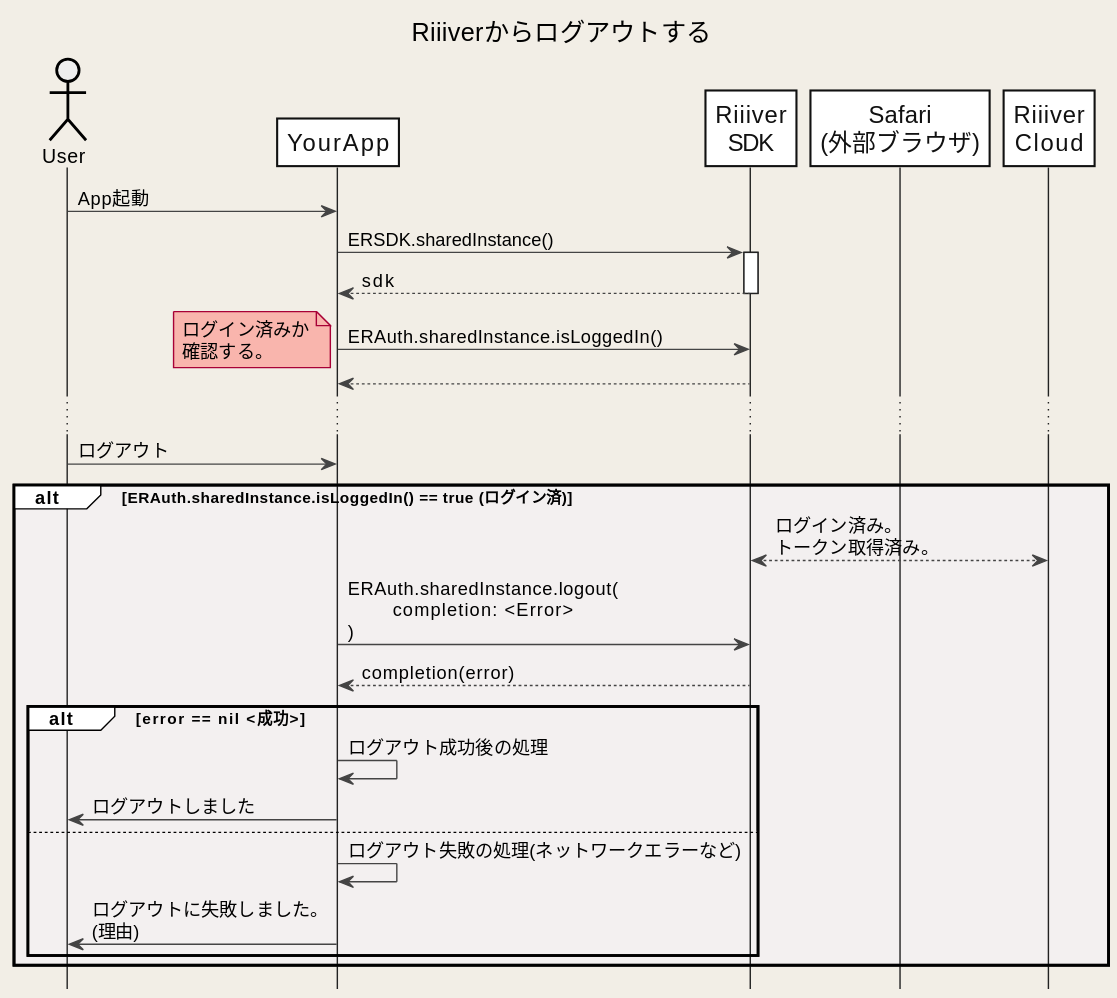
Above: images/ja/Sequences/logout.svg in CitizenWatch/RiiiverResources (PlantUML), before the change. Source of this version:
```plantuml
@startuml
title Riiiverからログアウトする
hide footbox

skinparam DefaultFontName "Noto Sans JP, Helvetica, Arial, Liberation Sans"
skinparam BackgroundColor #F2EEE6
skinparam Shadowing false
skinparam NoteBackgroundColor #F9B5AD
skinparam NodeBorderColor #F26767

skinparam sequence {
ArrowColor #444444
ActorBorderColor Black
LifeLineBorderColor #222222
LifeLineBackgroundColor White
BoxBorderColor #FFFFFF
BoxBackgroundColor #F2fEf6
GroupBackgroundColor #FFFFFF
GroupBodyBackgroundColor #F3F0F0

ParticipantBorderColor #111111
ParticipantBackgroundColor White
ParticipantFontSize 17
ParticipantFontColor #111111
BoundaryBorderColor Gray
ActorBackgroundColor #eeeeee
ActorFontColor Black

}

actor User
participant YourApp as App
participant "Riiiver\nSDK" as ERSDK
participant "Safari\n(外部ブラウザ)" as Safari
participant "Riiiver\nCloud" as Riiiver

User -> App: App起動

App -> ERSDK: ERSDK.sharedInstance()
activate ERSDK
App <-- ERSDK: sdk
deactivate ERSDK

App -> ERSDK: ERAuth.sharedInstance.isLoggedIn()
note left: ログイン済みか\n確認する。
ERSDK --> App:
...
User -> App: ログアウト
alt ERAuth.sharedInstance.isLoggedIn() == true (ログイン済)
    ERSDK <---> Riiiver: ログイン済み。\nトークン取得済み。
    App -> ERSDK: ERAuth.sharedInstance.logout(\n\tcompletion: <Error>\n)
    ERSDK --> App: completion(error)
    alt error == nil <成功>
        App -> App: ログアウト成功後の処理
        App -> User: ログアウトしました
    else
        App -> App: ログアウト失敗の処理(ネットワークエラーなど)
        App -> User: ログアウトに失敗しました。\n(理由)
    end
end





@enduml
```
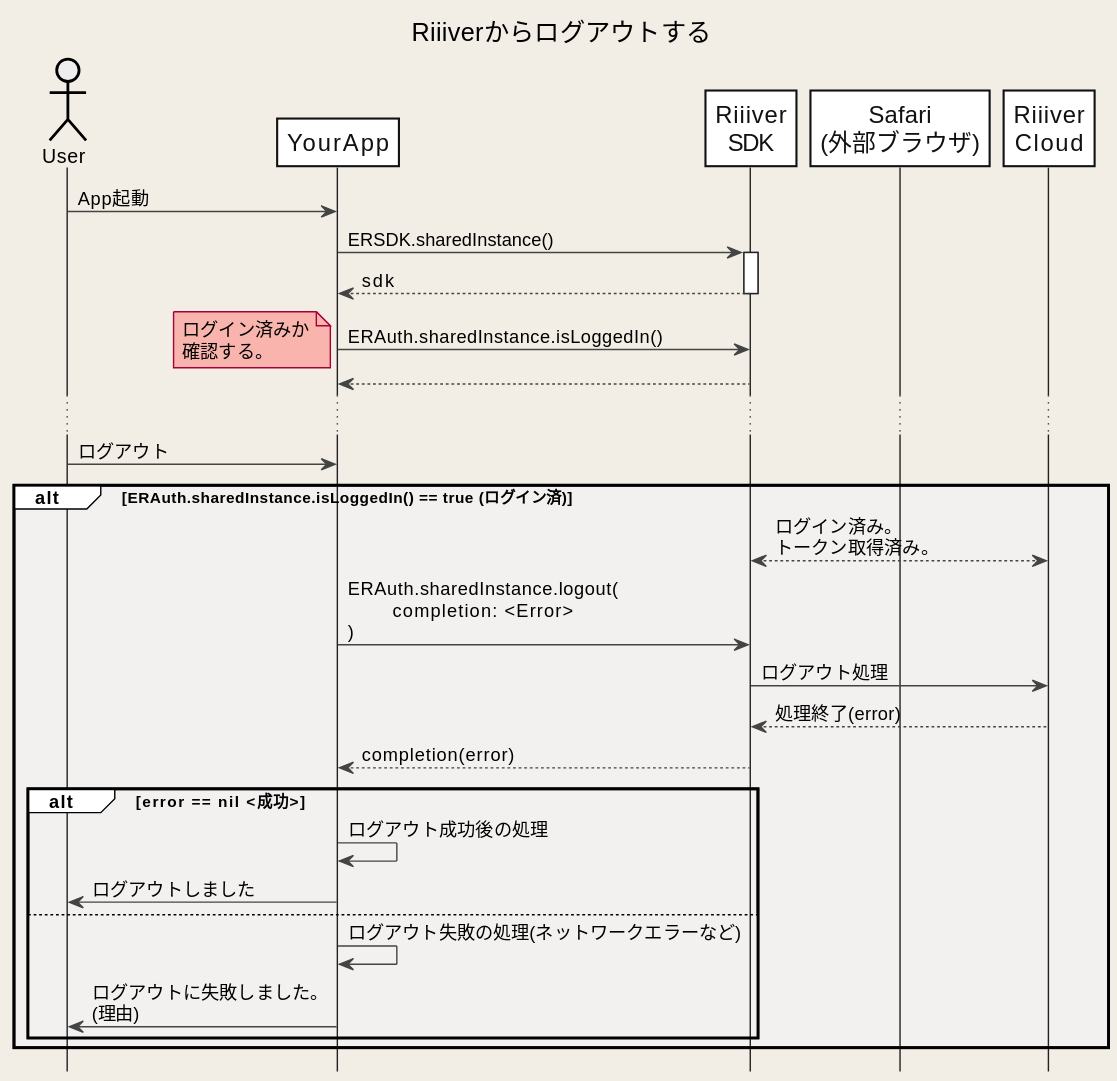
Later version of the same file.

The edit, as a diff of the source:
```diff
@@ -49,6 +49,8 @@
 alt ERAuth.sharedInstance.isLoggedIn() == true (ログイン済)
     ERSDK <---> Riiiver: ログイン済み。\nトークン取得済み。
     App -> ERSDK: ERAuth.sharedInstance.logout(\n\tcompletion: <Error>\n)
+    ERSDK -> Riiiver: ログアウト処理
+    ERSDK <-- Riiiver: 処理終了(error)
     ERSDK --> App: completion(error)
     alt error == nil <成功>
         App -> App: ログアウト成功後の処理
```
